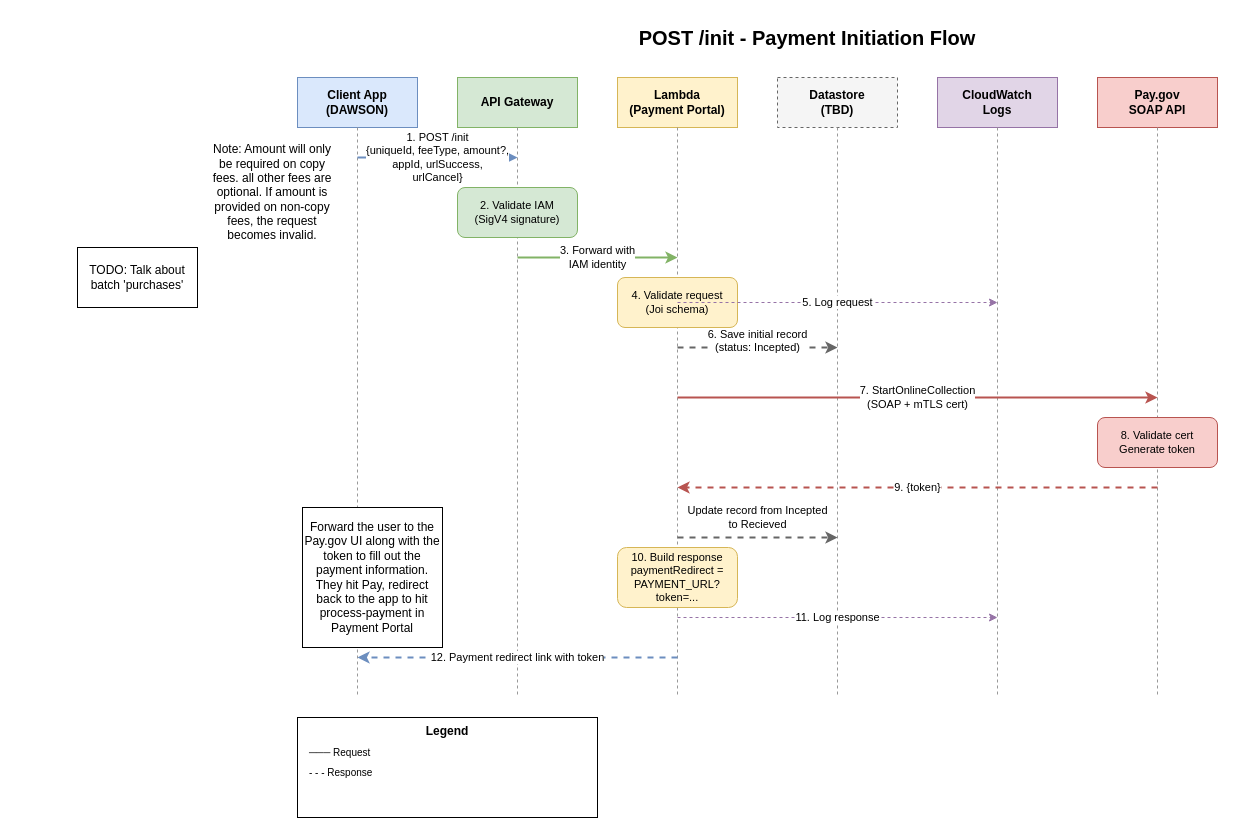
The draw.io diagram docs/diagrams/init-payment-flow.drawio in ustaxcourt/ustc-payment-portal, before the edit. Source tidied: cells renumbered, new cells numbered last; positions are measured from the earlier drawing's top-left corner, leaving out a move shared by most shapes. Both pictures are drawn from the tidied source at 100%, with x=0, y=0 at pixel (77, 17).
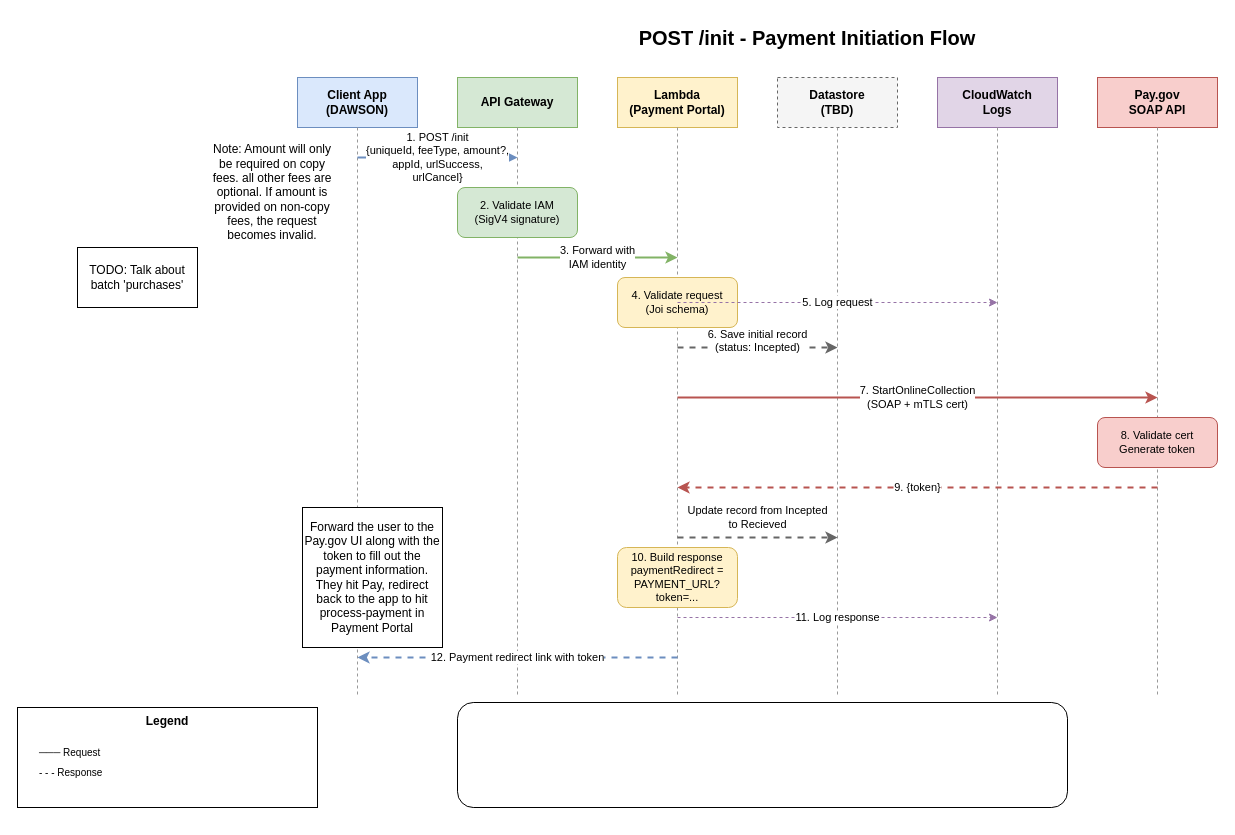
The same page after the edit.

Commit message (it also covers changes not shown here):
Updates diagrams to use uniqueId for now to describe the id between Payment Portal and the Client, adds a demystify block to init endpoint diagram explaining urlSuccess and urlCancel

What changed in the source:
```diff
@@
     <mxCell id="27" value="Legend" style="rounded=0;whiteSpace=wrap;html=1;fillColor=none;strokeColor=#000000;fontSize=12;fontStyle=1;verticalAlign=top;" parent="1" vertex="1">
-      <mxGeometry x="220" y="700" width="300" height="100" as="geometry" />
+      <mxGeometry x="-60" y="690" width="300" height="100" as="geometry" />
     </mxCell>
     <mxCell id="28" value="─── Request" style="text;html=1;strokeColor=none;fillColor=none;align=left;verticalAlign=middle;fontSize=10;" parent="1" vertex="1">
-      <mxGeometry x="230" y="725" width="130" height="20" as="geometry" />
+      <mxGeometry x="-40" y="725" width="130" height="20" as="geometry" />
     </mxCell>
     <mxCell id="29" value="- - - Response" style="text;html=1;strokeColor=none;fillColor=none;align=left;verticalAlign=middle;fontSize=10;" parent="1" vertex="1">
-      <mxGeometry x="230" y="745" width="130" height="20" as="geometry" />
+      <mxGeometry x="-40" y="745" width="130" height="20" as="geometry" />
     </mxCell>
@@
+    <mxCell id="34" style="rounded=1;whiteSpace=wrap;html=1;align=left;" parent="1" vertex="1">
+      <mxGeometry x="380" y="685" width="610" height="105" as="geometry" />
+    </mxCell>
```
